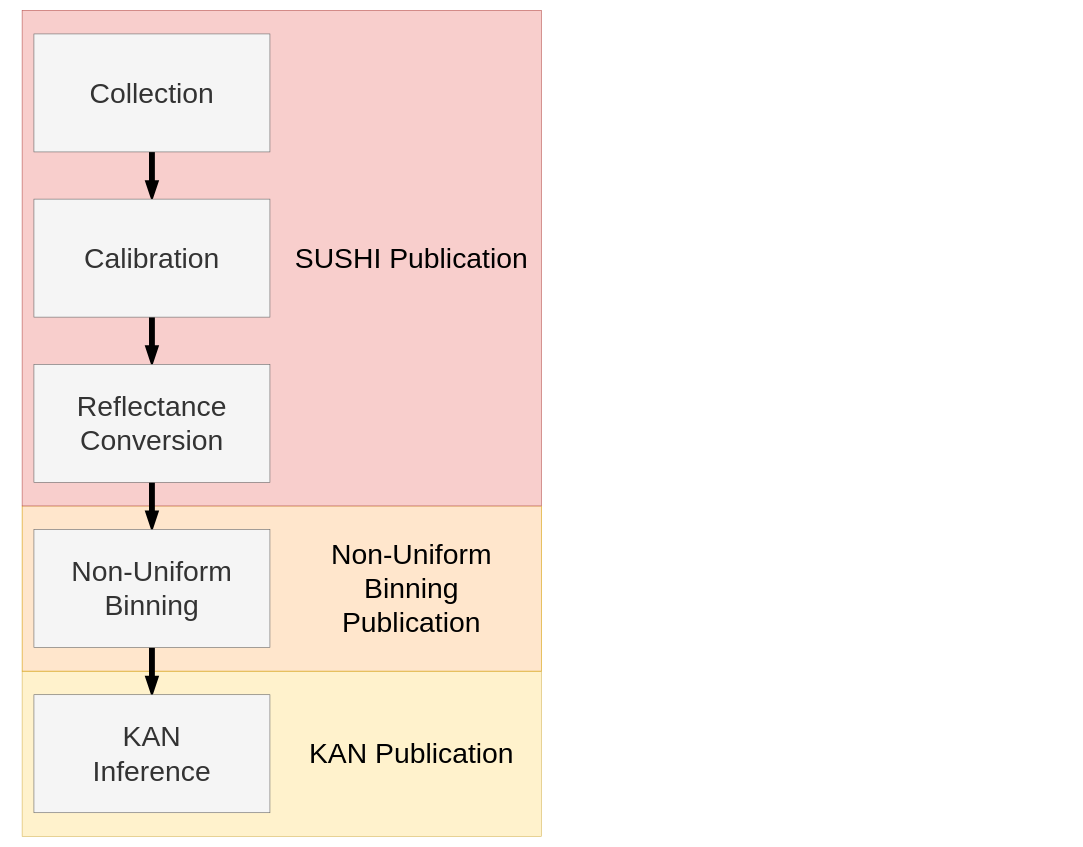
Before: publicationsPipeline.drawio in snider-lab-msu/figures, a draw.io diagram. Source tidied: cells renumbered, new cells numbered last; positions are measured from the earlier drawing's top-left corner, leaving out a move shared by most shapes. Both pictures are drawn from the tidied source at 59%, with x=0, y=0 at pixel (22, 10).
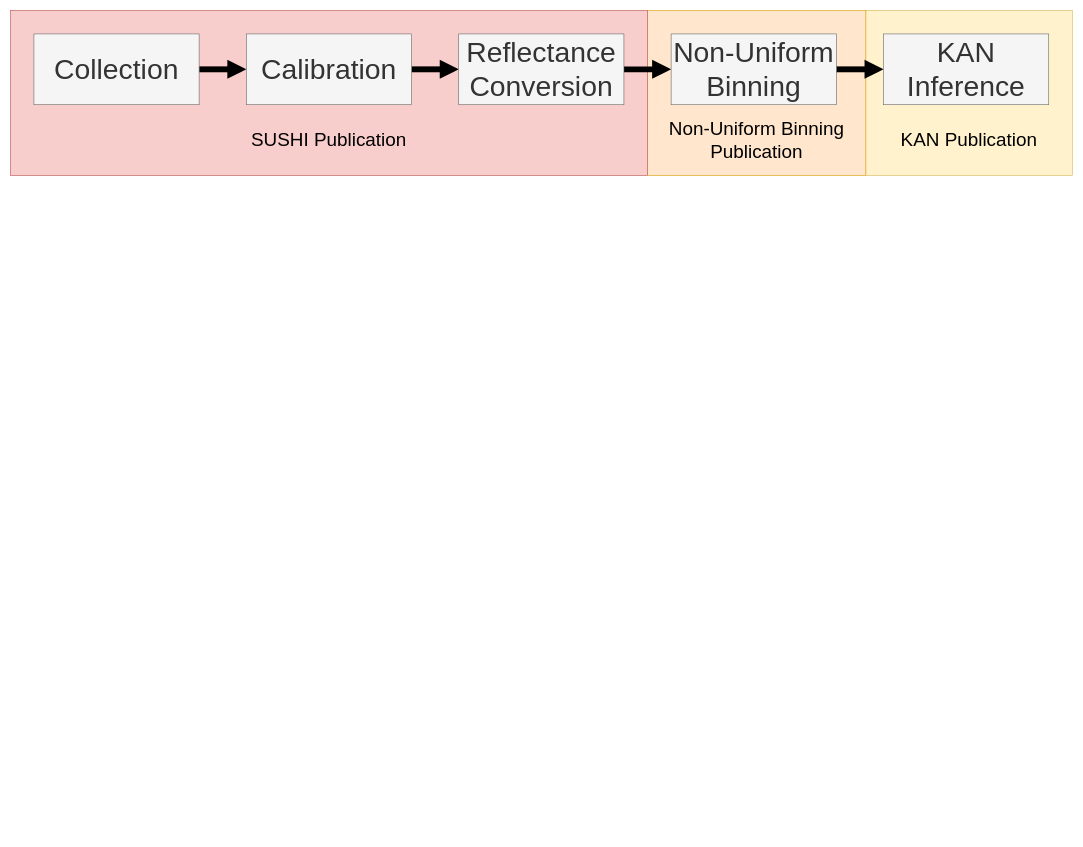
The same page after the edit.

What changed in the source:
```diff
@@
 <mxGraphModel>
   <root>
     <mxCell id="0" />
     <mxCell id="1" parent="0" />
     <mxCell id="2" style="rounded=0;whiteSpace=wrap;html=1;fillColor=#fff2cc;strokeColor=#d6b656;" parent="1" vertex="1">
-      <mxGeometry y="1120" width="880" height="280" as="geometry" />
+      <mxGeometry x="1430" width="350" height="280" as="geometry" />
     </mxCell>
     <mxCell id="3" style="rounded=0;whiteSpace=wrap;html=1;fillColor=#ffe6cc;strokeColor=#d79b00;" parent="1" vertex="1">
-      <mxGeometry y="840" width="880" height="280" as="geometry" />
+      <mxGeometry x="1060" width="370" height="280" as="geometry" />
     </mxCell>
     <mxCell id="4" style="rounded=0;whiteSpace=wrap;html=1;fillColor=#f8cecc;strokeColor=#b85450;" parent="1" vertex="1">
-      <mxGeometry width="880" height="840" as="geometry" />
+      <mxGeometry x="-20" width="1080" height="280" as="geometry" />
     </mxCell>
-    <mxCell id="5" style="edgeStyle=orthogonalEdgeStyle;rounded=0;jettySize=auto;html=1;exitX=0.5;exitY=1;exitDx=0;exitDy=0;entryX=0.5;entryY=0;entryDx=0;entryDy=0;defaultLabelBackgroundColor=gap;strokeWidth=10;endArrow=blockThin;endFill=1;" parent="1" edge="1" source="6" target="8">
+    <mxCell id="5" style="edgeStyle=orthogonalEdgeStyle;rounded=0;jettySize=auto;html=1;exitX=1;exitY=0.5;exitDx=0;exitDy=0;entryX=0;entryY=0.5;entryDx=0;entryDy=0;defaultLabelBackgroundColor=gap;strokeWidth=10;endArrow=block;endFill=1;" parent="1" edge="1" source="6" target="8">
       <mxGeometry relative="1" as="geometry" />
     </mxCell>
     <mxCell id="6" value="Collection" style="rounded=0;whiteSpace=wrap;html=1;fontSize=48;fillColor=#f5f5f5;strokeColor=#666666;fontColor=#333333;" parent="1" vertex="1">
-      <mxGeometry x="20" y="40" width="400" height="200" as="geometry" />
+      <mxGeometry x="20" y="40" width="280" height="120" as="geometry" />
     </mxCell>
-    <mxCell id="7" style="edgeStyle=orthogonalEdgeStyle;rounded=0;jettySize=auto;html=1;exitX=0.5;exitY=1;exitDx=0;exitDy=0;entryX=0.5;entryY=0;entryDx=0;entryDy=0;defaultLabelBackgroundColor=gap;strokeWidth=10;endArrow=blockThin;endFill=1;" parent="1" edge="1" source="8" target="10">
+    <mxCell id="7" style="edgeStyle=orthogonalEdgeStyle;rounded=0;jettySize=auto;html=1;entryX=0;entryY=0.5;entryDx=0;entryDy=0;defaultLabelBackgroundColor=gap;strokeWidth=10;endArrow=block;endFill=1;" parent="1" edge="1" source="8" target="10">
       <mxGeometry relative="1" as="geometry" />
     </mxCell>
     <mxCell id="8" value="Calibration" style="rounded=0;whiteSpace=wrap;html=1;fontSize=48;fillColor=#f5f5f5;strokeColor=#666666;fontColor=#333333;" parent="1" vertex="1">
-      <mxGeometry x="20" y="320" width="400" height="200" as="geometry" />
+      <mxGeometry x="380" y="40" width="280" height="120" as="geometry" />
     </mxCell>
-    <mxCell id="9" style="edgeStyle=orthogonalEdgeStyle;rounded=0;jettySize=auto;html=1;exitX=0.5;exitY=1;exitDx=0;exitDy=0;entryX=0.5;entryY=0;entryDx=0;entryDy=0;defaultLabelBackgroundColor=gap;strokeWidth=10;endArrow=blockThin;endFill=1;" parent="1" edge="1" source="10" target="12">
+    <mxCell id="9" style="edgeStyle=orthogonalEdgeStyle;rounded=0;jettySize=auto;html=1;exitX=1;exitY=0.5;exitDx=0;exitDy=0;entryX=0;entryY=0.5;entryDx=0;entryDy=0;defaultLabelBackgroundColor=gap;strokeWidth=10;endArrow=block;endFill=1;" parent="1" edge="1" source="10" target="12">
       <mxGeometry relative="1" as="geometry" />
     </mxCell>
     <mxCell id="10" value="&lt;div&gt;Reflectance&lt;/div&gt;Conversion" style="rounded=0;whiteSpace=wrap;html=1;fontSize=48;fillColor=#f5f5f5;strokeColor=#666666;fontColor=#333333;" parent="1" vertex="1">
-      <mxGeometry x="20" y="600" width="400" height="200" as="geometry" />
+      <mxGeometry x="740" y="40" width="280" height="120" as="geometry" />
     </mxCell>
-    <mxCell id="11" style="edgeStyle=orthogonalEdgeStyle;rounded=0;jettySize=auto;html=1;exitX=0.5;exitY=1;exitDx=0;exitDy=0;entryX=0.5;entryY=0;entryDx=0;entryDy=0;defaultLabelBackgroundColor=gap;strokeWidth=10;endArrow=blockThin;endFill=1;" parent="1" edge="1" source="12" target="13">
+    <mxCell id="11" style="edgeStyle=orthogonalEdgeStyle;rounded=0;jettySize=auto;html=1;exitX=1;exitY=0.5;exitDx=0;exitDy=0;entryX=0;entryY=0.5;entryDx=0;entryDy=0;defaultLabelBackgroundColor=gap;strokeWidth=10;endArrow=block;endFill=1;" parent="1" edge="1" source="12" target="13">
       <mxGeometry relative="1" as="geometry" />
     </mxCell>
     <mxCell id="12" value="&lt;div&gt;Non-Uniform&lt;/div&gt;&lt;div&gt;Binning&lt;/div&gt;" style="rounded=0;whiteSpace=wrap;html=1;fontSize=48;fillColor=#f5f5f5;strokeColor=#666666;fontColor=#333333;" parent="1" vertex="1">
-      <mxGeometry x="20" y="880" width="400" height="200" as="geometry" />
+      <mxGeometry x="1100" y="40" width="280" height="120" as="geometry" />
     </mxCell>
     <mxCell id="13" value="&lt;div&gt;KAN&lt;/div&gt;&lt;div&gt;Inference&lt;/div&gt;" style="rounded=0;whiteSpace=wrap;html=1;fontSize=48;fillColor=#f5f5f5;strokeColor=#666666;fontColor=#333333;" parent="1" vertex="1">
-      <mxGeometry x="20" y="1160" width="400" height="200" as="geometry" />
+      <mxGeometry x="1460" y="40" width="280" height="120" as="geometry" />
     </mxCell>
-    <mxCell id="14" value="&lt;div&gt;&lt;font style=&quot;font-size: 48px;&quot;&gt;SUSHI Publication&lt;/font&gt;&lt;/div&gt;" style="text;html=1;whiteSpace=wrap;strokeColor=none;fillColor=none;align=center;verticalAlign=middle;rounded=0;" parent="1" vertex="1">
-      <mxGeometry x="460" y="320" width="400" height="200" as="geometry" />
+    <mxCell id="14" value="&lt;div&gt;&lt;font&gt;SUSHI Publication&lt;/font&gt;&lt;/div&gt;" style="text;html=1;whiteSpace=wrap;strokeColor=none;fillColor=none;align=center;verticalAlign=middle;rounded=0;fontSize=32;" parent="1" vertex="1">
+      <mxGeometry x="-20" y="160" width="1080" height="120" as="geometry" />
     </mxCell>
-    <mxCell id="15" value="Non-Uniform Binning Publication" style="text;html=1;whiteSpace=wrap;strokeColor=none;fillColor=none;align=center;verticalAlign=middle;rounded=0;fontSize=48;" parent="1" vertex="1">
-      <mxGeometry x="460" y="880" width="400" height="200" as="geometry" />
+    <mxCell id="15" value="Non-Uniform Binning Publication" style="text;html=1;whiteSpace=wrap;strokeColor=none;fillColor=none;align=center;verticalAlign=middle;rounded=0;fontSize=32;" parent="1" vertex="1">
+      <mxGeometry x="1060" y="160" width="370" height="120" as="geometry" />
     </mxCell>
-    <mxCell id="16" value="KAN Publication" style="text;html=1;whiteSpace=wrap;strokeColor=none;fillColor=none;align=center;verticalAlign=middle;rounded=0;fontSize=48;" parent="1" vertex="1">
-      <mxGeometry x="460" y="1160" width="400" height="200" as="geometry" />
+    <mxCell id="16" value="KAN Publication" style="text;html=1;whiteSpace=wrap;strokeColor=none;fillColor=none;align=center;verticalAlign=middle;rounded=0;fontSize=32;" parent="1" vertex="1">
+      <mxGeometry x="1430" y="160" width="350" height="120" as="geometry" />
     </mxCell>
   </root>
 </mxGraphModel>
```
